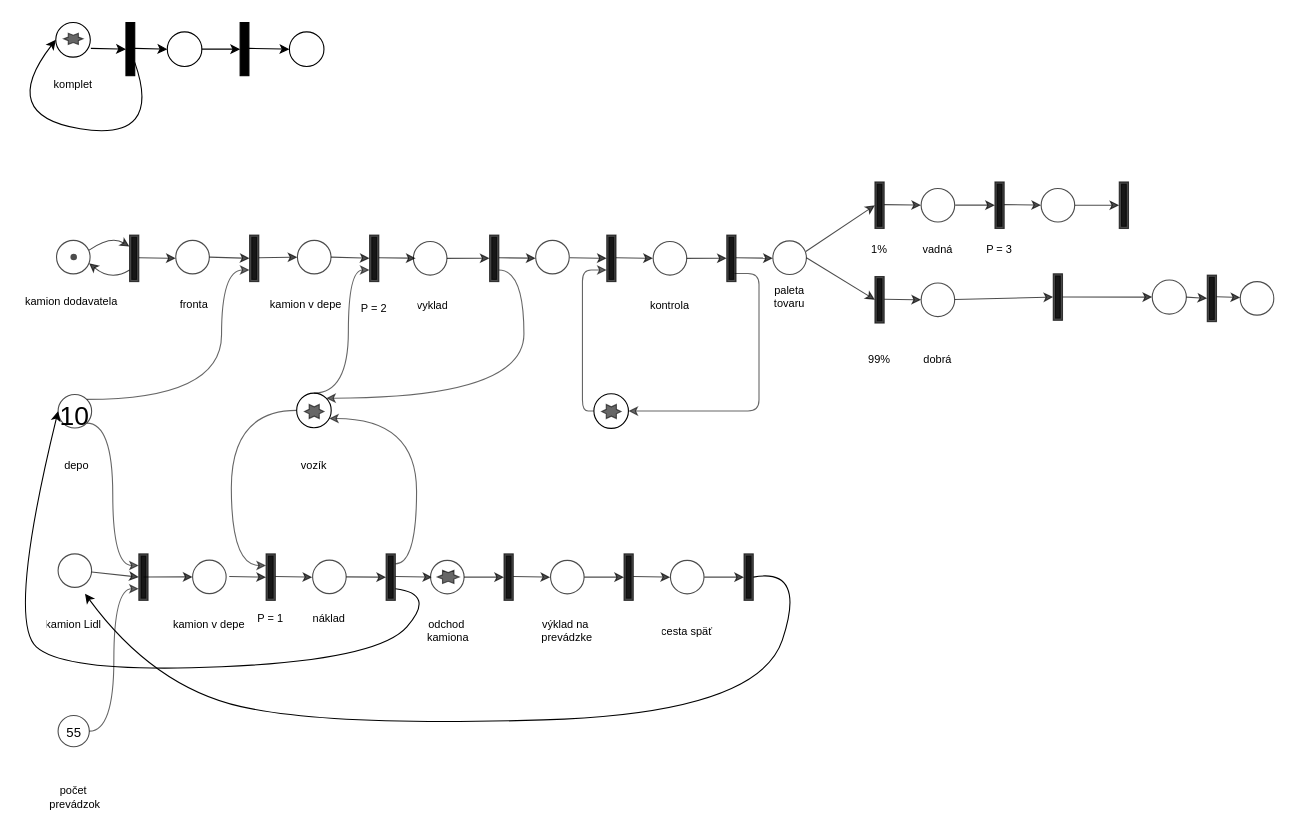
This is IMS.drawio from MatejMistik/VUT_FIT_ITY_Project_5, a draw.io file, before an edit. Source tidied: cells renumbered, new cells numbered last; positions are measured from the earlier drawing's top-left corner, leaving out a move shared by most shapes. Both pictures are drawn from the tidied source at 110%, with x=0, y=0 at pixel (-3, 22).
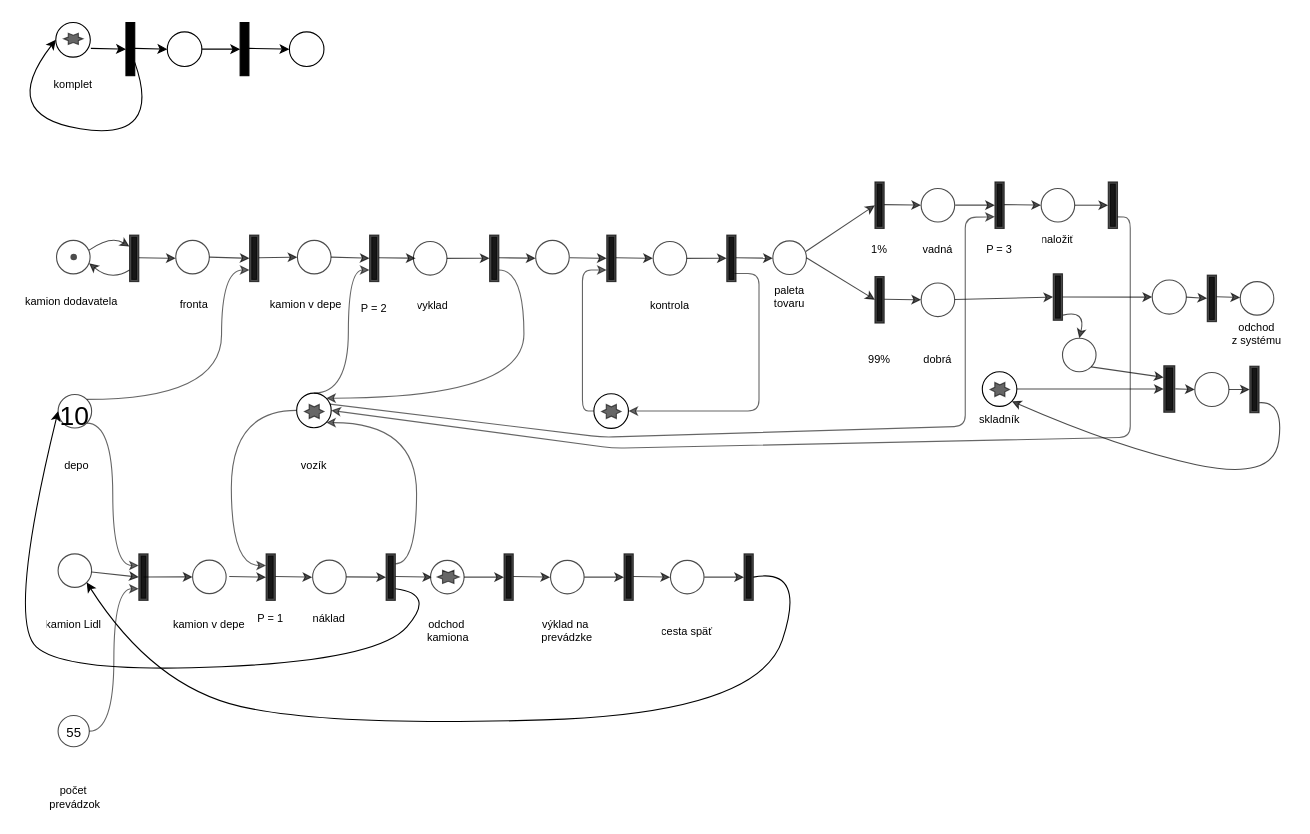
The same diagram, later.

The change refers to these unchanged cells:
```xml
<mxCell id="39" style="ellipse;whiteSpace=wrap;html=1;fontSize=36;snapToPoint=0;opacity=70;rounded=0;direction=west;" parent="1" vertex="1">
  <mxGeometry x="55.3" y="483" width="30.5" height="30.5" as="geometry" />
</mxCell>
<mxCell id="74" value="&lt;p&gt;&lt;br&gt;&lt;/p&gt;" style="ellipse;whiteSpace=wrap;html=1;align=center;rounded=0;" parent="1" vertex="1">
  <mxGeometry x="272.2" y="336.9" width="31.4" height="31.4" as="geometry" />
</mxCell>
<mxCell id="87" style="shape=ext;double=1;rounded=0;whiteSpace=wrap;html=1;fontSize=36;fillColor=#000000;snapToPoint=0;opacity=70;direction=west;" parent="1" vertex="1">
  <mxGeometry x="678.9" y="483" width="8.4" height="42.3" as="geometry" />
</mxCell>
<mxCell id="110" style="ellipse;whiteSpace=wrap;html=1;fontSize=36;snapToPoint=0;opacity=70;rounded=0;direction=west;" parent="1" vertex="1">
  <mxGeometry x="949" y="150.8" width="30.5" height="30.5" as="geometry" />
</mxCell>
<mxCell id="112" style="shape=ext;double=1;rounded=0;whiteSpace=wrap;html=1;fontSize=36;fillColor=#000000;snapToPoint=0;opacity=70;direction=west;" parent="1" vertex="1">
  <mxGeometry x="907" y="144.9" width="8.4" height="42.3" as="geometry" />
</mxCell>
<mxCell id="114" style="ellipse;whiteSpace=wrap;html=1;fontSize=36;snapToPoint=0;opacity=70;rounded=0;direction=west;" parent="1" vertex="1">
  <mxGeometry x="1050" y="234.1" width="31" height="31" as="geometry" />
</mxCell>
<mxCell id="118" style="shape=ext;double=1;rounded=0;whiteSpace=wrap;html=1;fontSize=36;fillColor=#000000;snapToPoint=0;opacity=70;direction=west;" parent="1" vertex="1">
  <mxGeometry x="960" y="228.4" width="8.4" height="42.3" as="geometry" />
</mxCell>
<mxCell id="119" style="shape=ext;double=1;rounded=0;whiteSpace=wrap;html=1;fontSize=36;fillColor=#000000;snapToPoint=0;opacity=70;direction=west;" parent="1" vertex="1">
  <mxGeometry x="1100" y="229.6" width="8.4" height="42.3" as="geometry" />
</mxCell>
```

Diff of the diagram source:
```diff
@@
     <mxCell id="2" style="shape=ext;double=1;rounded=0;whiteSpace=wrap;html=1;fontSize=36;fillColor=#000000;snapToPoint=0;opacity=70;direction=west;" parent="1" vertex="1">
-      <mxGeometry x="1020" y="144.9" width="8.4" height="42.3" as="geometry" />
+      <mxGeometry x="1010" y="144.9" width="8.4" height="42.3" as="geometry" />
     </mxCell>
-    <mxCell id="3" style="endArrow=classic;html=1;rounded=0;snapToPoint=0;opacity=70;curved=1;entryX=1;entryY=0.5;entryDx=0;entryDy=0;exitX=0;exitY=0.5;exitDx=0;exitDy=0;" parent="1" edge="1" source="110" target="2">
+    <mxCell id="3" style="endArrow=classic;html=1;rounded=0;snapToPoint=0;opacity=70;curved=1;exitX=0;exitY=0.5;exitDx=0;exitDy=0;entryX=1;entryY=0.5;entryDx=0;entryDy=0;" parent="1" edge="1" source="110" target="2">
       <mxGeometry relative="1" as="geometry" />
     </mxCell>
@@
-    <mxCell id="90" style="edgeStyle=elbowEdgeStyle;elbow=horizontal;endArrow=classic;html=1;fontSize=24;opacity=60;curved=1;exitX=0;exitY=0.5;exitDx=0;exitDy=0;entryX=0.938;entryY=0.735;entryDx=0;entryDy=0;entryPerimeter=0;" parent="1" edge="1" target="74">
+    <mxCell id="90" style="edgeStyle=elbowEdgeStyle;elbow=horizontal;endArrow=classic;html=1;fontSize=24;opacity=60;curved=1;exitX=0;exitY=0.5;exitDx=0;exitDy=0;entryX=1;entryY=1;entryDx=0;entryDy=0;" parent="1" edge="1" target="74">
       <mxGeometry relative="1" as="geometry">
         <mxPoint x="361.9" y="492.1" as="sourcePoint" />
         <Array as="points">
           <mxPoint x="381.2" y="410.6" />
         </Array>
       </mxGeometry>
     </mxCell>
-    <mxCell id="91" style="endArrow=classic;html=1;rounded=0;fontSize=36;curved=1;exitX=0;exitY=0.5;exitDx=0;exitDy=0;" parent="1" edge="1" source="87">
+    <mxCell id="91" style="endArrow=classic;html=1;rounded=0;fontSize=36;curved=1;exitX=0;exitY=0.5;exitDx=0;exitDy=0;entryX=0;entryY=0;entryDx=0;entryDy=0;" parent="1" edge="1" source="87" target="39">
       <mxGeometry relative="1" as="geometry">
-        <mxPoint x="79.8" y="519.2" as="targetPoint" />
         <Array as="points">
           <mxPoint x="735.9" y="495.1" />
           <mxPoint x="691.5" y="627.9" />
           <mxPoint x="301.4" y="640" />
           <mxPoint x="141.9" y="603.8" />
         </Array>
       </mxGeometry>
     </mxCell>
@@
-    <mxCell id="120" style="endArrow=classic;html=1;rounded=0;snapToPoint=0;opacity=70;curved=1;exitX=0;exitY=0.5;exitDx=0;exitDy=0;entryX=1;entryY=0.5;entryDx=0;entryDy=0;" parent="1" edge="1" target="119">
-      <mxGeometry relative="1" as="geometry">
-        <mxPoint x="1081" y="249.6" as="sourcePoint" />
-      </mxGeometry>
+    <mxCell id="120" style="endArrow=classic;html=1;rounded=0;snapToPoint=0;opacity=70;curved=1;exitX=0;exitY=0.5;exitDx=0;exitDy=0;entryX=1;entryY=0.5;entryDx=0;entryDy=0;" parent="1" edge="1" source="114" target="119">
+      <mxGeometry relative="1" as="geometry" />
     </mxCell>
@@
+    <mxCell id="127" value="odchod&#10;z systému" style="text;strokeColor=none;fillColor=none;align=center;verticalAlign=middle;spacingLeft=4;spacingRight=4;overflow=hidden;fontSize=10;opacity=70;rounded=0;direction=west;" parent="1" vertex="1">
+      <mxGeometry x="1113.7" y="267.3" width="63" height="31.7" as="geometry" />
+    </mxCell>
+    <mxCell id="128" style="endArrow=classic;html=1;rounded=1;fontSize=12;opacity=60;exitX=0.96;exitY=0.319;exitDx=0;exitDy=0;entryX=1;entryY=0.25;entryDx=0;entryDy=0;exitPerimeter=0;" parent="1" edge="1" source="74" target="112">
+      <mxGeometry relative="1" as="geometry">
+        <Array as="points">
+          <mxPoint x="550" y="377" />
+          <mxPoint x="880" y="367" />
+          <mxPoint x="880" y="177" />
+        </Array>
+      </mxGeometry>
+    </mxCell>
+    <mxCell id="129" value="naložiť" style="text;strokeColor=none;fillColor=none;align=center;verticalAlign=middle;spacingLeft=4;spacingRight=4;overflow=hidden;fontSize=10;opacity=70;rounded=0;direction=west;" parent="1" vertex="1">
+      <mxGeometry x="946.4" y="181.3" width="35.6" height="31.7" as="geometry" />
+    </mxCell>
+    <mxCell id="130" style="endArrow=classic;html=1;rounded=1;fontSize=12;opacity=60;exitX=0;exitY=0.25;exitDx=0;exitDy=0;entryX=1;entryY=0.5;entryDx=0;entryDy=0;" parent="1" edge="1" source="2" target="74">
+      <mxGeometry relative="1" as="geometry">
+        <Array as="points">
+          <mxPoint x="1030" y="177" />
+          <mxPoint x="1030" y="377" />
+          <mxPoint x="560" y="387" />
+        </Array>
+      </mxGeometry>
+    </mxCell>
+    <mxCell id="131" style="ellipse;whiteSpace=wrap;html=1;fontSize=36;snapToPoint=0;opacity=70;rounded=0;direction=east;" parent="1" vertex="1">
+      <mxGeometry x="968.4" y="287" width="30.5" height="30.5" as="geometry" />
+    </mxCell>
+    <mxCell id="132" style="endArrow=classic;html=1;rounded=0;snapToPoint=0;opacity=70;curved=1;entryX=0.5;entryY=0;entryDx=0;entryDy=0;exitX=-0.058;exitY=0.111;exitDx=0;exitDy=0;exitPerimeter=0;" parent="1" edge="1" source="118" target="131">
+      <mxGeometry relative="1" as="geometry">
+        <Array as="points">
+          <mxPoint x="990" y="261" />
+        </Array>
+      </mxGeometry>
+    </mxCell>
+    <mxCell id="133" value="&lt;p&gt;&lt;br&gt;&lt;/p&gt;" style="ellipse;whiteSpace=wrap;html=1;align=center;rounded=0;" parent="1" vertex="1">
+      <mxGeometry x="895.5" y="317.5" width="31.4" height="31.4" as="geometry" />
+    </mxCell>
+    <mxCell id="134" style="verticalLabelPosition=bottom;verticalAlign=top;html=1;shape=mxgraph.basic.6_point_star;fontSize=10;fillColor=#000000;opacity=60;" parent="1" vertex="1">
+      <mxGeometry x="902.6" y="327.2" width="17.7" height="12.8" as="geometry" />
+    </mxCell>
+    <mxCell id="135" value="skladník" style="text;strokeColor=none;fillColor=none;align=center;verticalAlign=middle;spacingLeft=4;spacingRight=4;overflow=hidden;fontSize=10;opacity=70;rounded=0;direction=west;" parent="1" vertex="1">
+      <mxGeometry x="888.3" y="345" width="46.3" height="31.7" as="geometry" />
+    </mxCell>
+    <mxCell id="136" style="endArrow=classic;html=1;rounded=0;snapToPoint=0;opacity=70;curved=1;entryX=1;entryY=0.5;entryDx=0;entryDy=0;exitX=1;exitY=0.5;exitDx=0;exitDy=0;" parent="1" edge="1" source="133" target="137">
+      <mxGeometry relative="1" as="geometry" />
+    </mxCell>
+    <mxCell id="137" style="shape=ext;double=1;rounded=0;whiteSpace=wrap;html=1;fontSize=36;fillColor=#000000;snapToPoint=0;opacity=70;direction=west;" parent="1" vertex="1">
+      <mxGeometry x="1060.5" y="312" width="10" height="42.3" as="geometry" />
+    </mxCell>
+    <mxCell id="138" style="endArrow=classic;html=1;rounded=0;snapToPoint=0;opacity=70;curved=1;entryX=1;entryY=0.75;entryDx=0;entryDy=0;exitX=1;exitY=1;exitDx=0;exitDy=0;" parent="1" edge="1" source="131" target="137">
+      <mxGeometry relative="1" as="geometry" />
+    </mxCell>
+    <mxCell id="139" style="ellipse;whiteSpace=wrap;html=1;fontSize=36;snapToPoint=0;opacity=70;rounded=0;direction=west;" parent="1" vertex="1">
+      <mxGeometry x="1088.7" y="318.1" width="31" height="31" as="geometry" />
+    </mxCell>
+    <mxCell id="140" style="endArrow=classic;html=1;rounded=0;snapToPoint=0;opacity=70;curved=1;exitX=0;exitY=0.5;exitDx=0;exitDy=0;entryX=1;entryY=0.5;entryDx=0;entryDy=0;" parent="1" edge="1" target="139">
+      <mxGeometry relative="1" as="geometry">
+        <mxPoint x="1071" y="333" as="sourcePoint" />
+      </mxGeometry>
+    </mxCell>
+    <mxCell id="141" style="shape=ext;double=1;rounded=0;whiteSpace=wrap;html=1;fontSize=36;fillColor=#000000;snapToPoint=0;opacity=70;direction=west;" parent="1" vertex="1">
+      <mxGeometry x="1138.7" y="312.4" width="8.4" height="42.3" as="geometry" />
+    </mxCell>
+    <mxCell id="142" style="endArrow=classic;html=1;rounded=0;snapToPoint=0;opacity=70;curved=1;exitX=0;exitY=0.5;exitDx=0;exitDy=0;entryX=1;entryY=0.5;entryDx=0;entryDy=0;" parent="1" edge="1" source="139" target="141">
+      <mxGeometry relative="1" as="geometry" />
+    </mxCell>
+    <mxCell id="143" style="endArrow=classic;html=1;rounded=0;snapToPoint=0;opacity=70;curved=1;exitX=-0.058;exitY=0.111;exitDx=0;exitDy=0;exitPerimeter=0;entryX=1;entryY=1;entryDx=0;entryDy=0;" parent="1" edge="1" target="133">
+      <mxGeometry relative="1" as="geometry">
+        <mxPoint x="1147.1" y="345.6" as="sourcePoint" />
+        <Array as="points">
+          <mxPoint x="1170" y="344" />
+          <mxPoint x="1160" y="417" />
+          <mxPoint x="1020" y="387" />
+        </Array>
+      </mxGeometry>
+    </mxCell>
```
